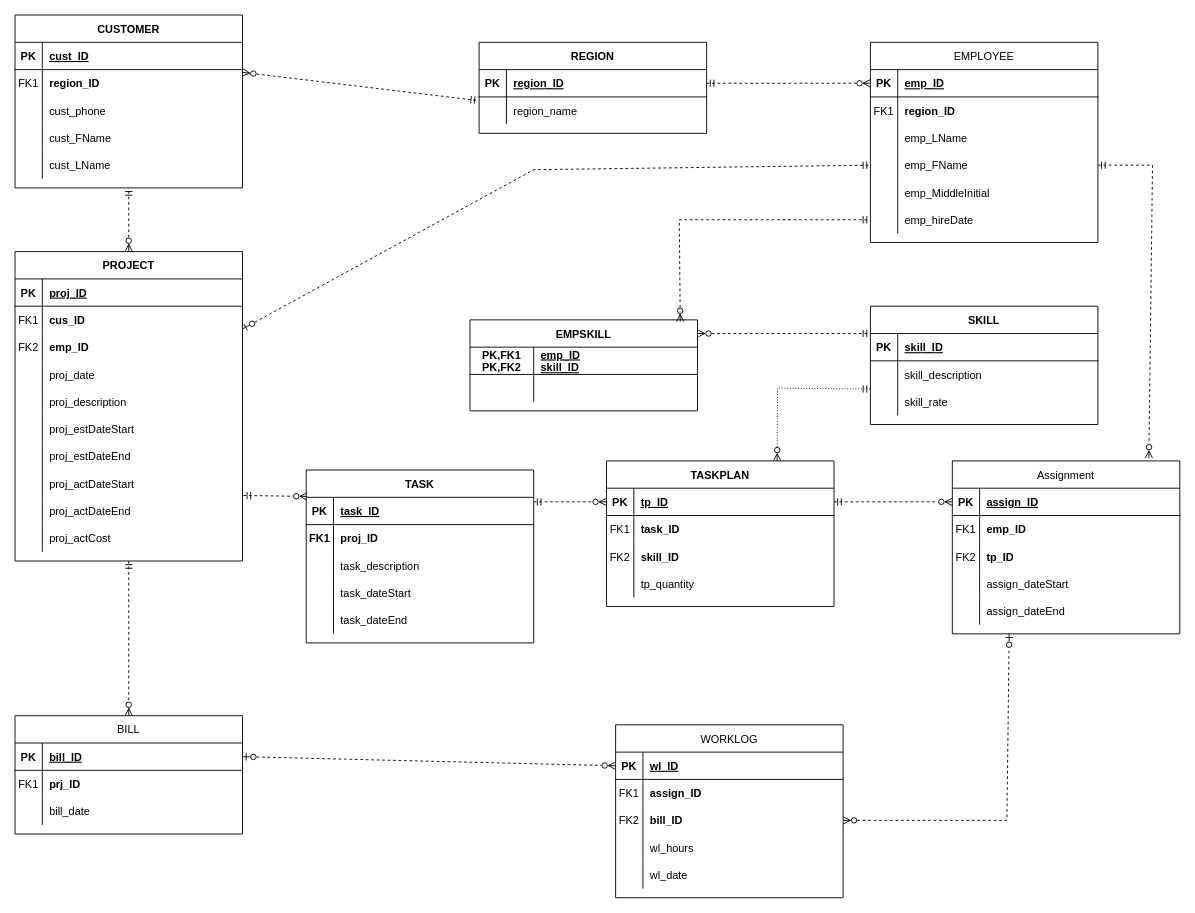
This is Case 11 ERD.drawio from kwoehrer/DatabaseHw, a draw.io file, before an edit. Source tidied: cells renumbered, new cells numbered last; positions are measured from the earlier drawing's top-left corner, leaving out a move shared by most shapes. Both pictures are drawn from the tidied source at 91%, with x=0, y=0 at pixel (15, 15).
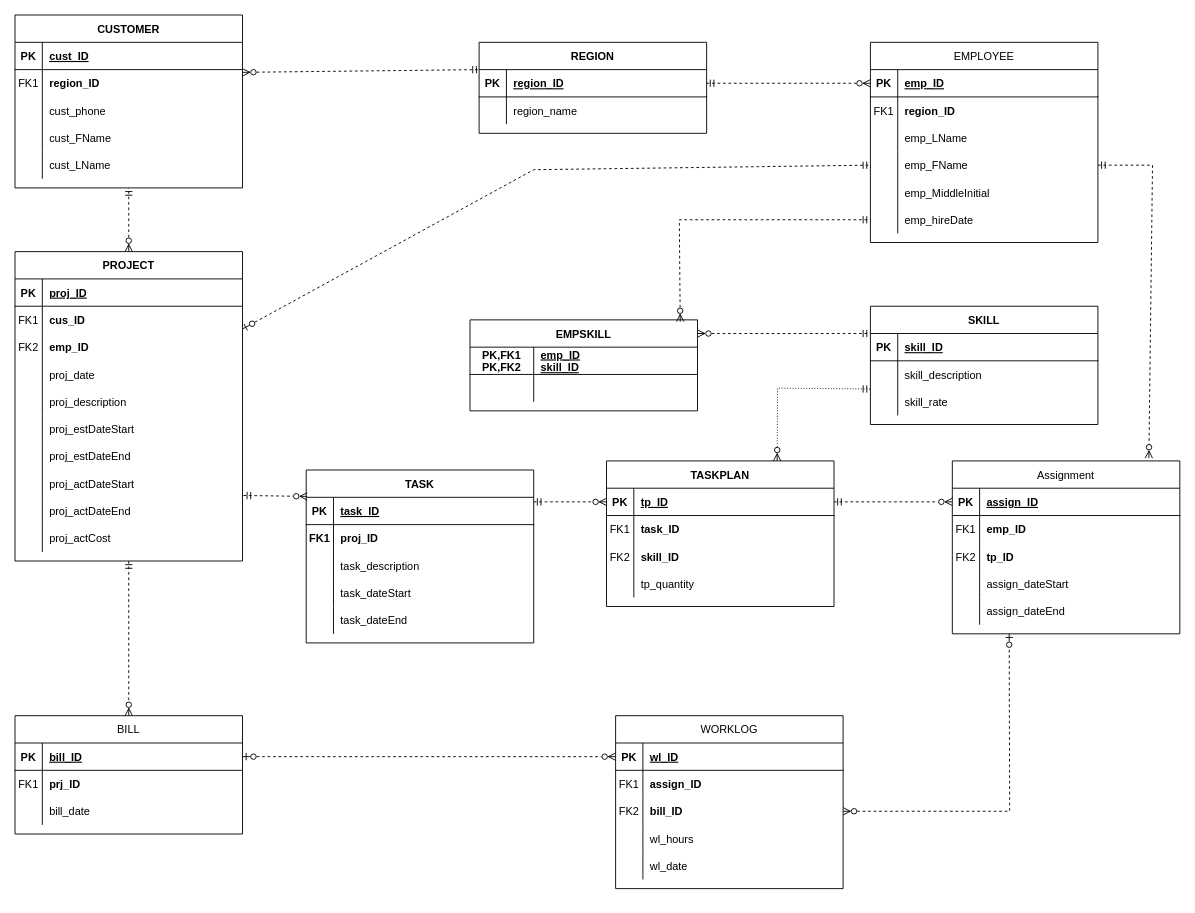
Above is the later version.

Unchanged cells that the change refers to:
```xml
<mxCell id="6" style="shape=partialRectangle;fillColor=none;points=[[0,0.5],[1,0.5]];portConstraint=eastwest;top=0;left=0;right=0;bottom=0;" parent="2" vertex="1">
  <mxGeometry y="60" width="250" height="30" as="geometry" />
</mxCell>
<mxCell id="50" style="shape=partialRectangle;fillColor=none;points=[[0,0.5],[1,0.5]];portConstraint=eastwest;top=0;left=0;right=0;bottom=1;" parent="49" vertex="1">
  <mxGeometry y="30" width="250" height="30" as="geometry" />
</mxCell>
<mxCell id="53" style="shape=partialRectangle;fillColor=none;points=[[0,0.5],[1,0.5]];portConstraint=eastwest;top=0;left=0;right=0;bottom=0;" parent="49" vertex="1">
  <mxGeometry y="60" width="250" height="30" as="geometry" />
</mxCell>
<mxCell id="85" value="Assignment" style="shape=table;startSize=30;childLayout=tableLayout;rowLines=0;fontStyle=0;align=center;" parent="1" vertex="1">
  <mxGeometry x="1030" y="490" width="250" height="190" as="geometry" />
</mxCell>
<mxCell id="131" style="shape=partialRectangle;fillColor=none;points=[[0,0.5],[1,0.5]];portConstraint=eastwest;top=0;left=0;right=0;bottom=0;" parent="124" vertex="1">
  <mxGeometry y="90" width="250" height="30" as="geometry" />
</mxCell>
```

What changed in the source:
```diff
@@
     <mxCell id="124" value="WORKLOG" style="shape=table;startSize=30;childLayout=tableLayout;rowLines=0;fontStyle=0;align=center;" parent="1" vertex="1">
-      <mxGeometry x="660" y="780" width="250" height="190" as="geometry" />
+      <mxGeometry x="660" y="770" width="250" height="190" as="geometry" />
     </mxCell>
@@
-    <mxCell id="153" style="endArrow=ERmandOne;html=1;rounded=0;exitX=1;exitY=0.1;exitDx=0;exitDy=0;exitPerimeter=0;entryX=-0.004;entryY=0.133;entryDx=0;entryDy=0;entryPerimeter=0;fillColor=#fff2cc;strokeColor=#000000;dashed=1;startArrow=ERzeroToMany;startFill=0;endFill=0;" parent="1" edge="1" source="6" target="53">
+    <mxCell id="153" style="endArrow=ERmandOne;html=1;rounded=0;exitX=1;exitY=0.1;exitDx=0;exitDy=0;exitPerimeter=0;entryX=0.004;entryY=0;entryDx=0;entryDy=0;entryPerimeter=0;fillColor=#fff2cc;strokeColor=#000000;dashed=1;startArrow=ERzeroToMany;startFill=0;endFill=0;" parent="1" edge="1" source="6" target="50">
       <mxGeometry relative="1" as="geometry" />
     </mxCell>
@@
     <mxCell id="174" style="endArrow=ERzeroToOne;html=1;rounded=0;dashed=1;strokeColor=#000000;exitX=1;exitY=0.5;exitDx=0;exitDy=0;entryX=0.25;entryY=1;entryDx=0;entryDy=0;startArrow=ERzeroToMany;startFill=0;endFill=0;" parent="1" edge="1" source="131" target="85">
       <mxGeometry relative="1" as="geometry">
         <Array as="points">
-          <mxPoint x="1090" y="885" />
+          <mxPoint x="1093" y="875" />
         </Array>
       </mxGeometry>
     </mxCell>
```
